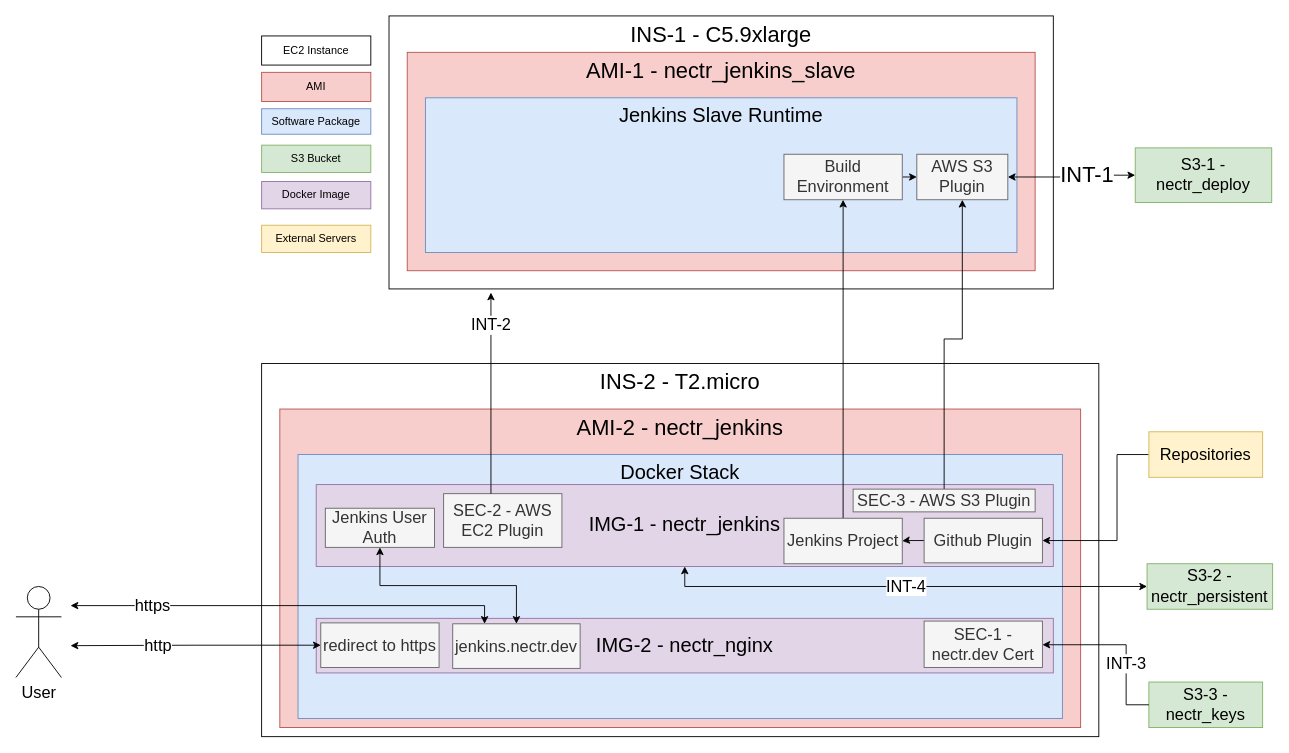
This is docs/nectr-block-diagram.drawio from seanybaggins/nectr, a draw.io file, before an edit. Source tidied: cells renumbered, new cells numbered last; positions are measured from the earlier drawing's top-left corner, leaving out a move shared by most shapes. Both pictures are drawn from the tidied source at 91%, with x=0, y=0 at pixel (15, 15).
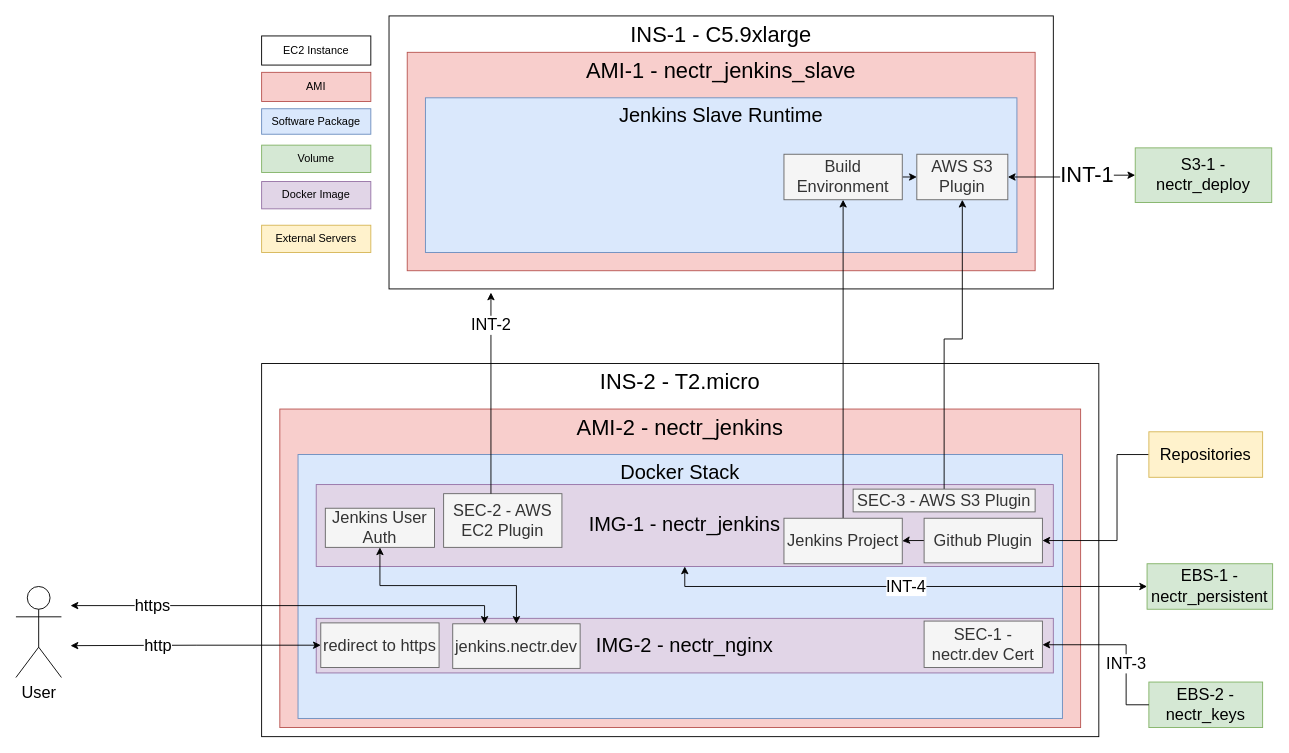
Above is the later version.

Change to the diagram source:
```diff
@@
-    <mxCell id="7" value="S3 Bucket" style="rounded=0;whiteSpace=wrap;html=1;fillColor=#d5e8d4;strokeColor=#82b366;" parent="1" vertex="1">
+    <mxCell id="7" value="Volume" style="rounded=0;whiteSpace=wrap;html=1;fillColor=#d5e8d4;strokeColor=#82b366;" parent="1" vertex="1">
       <mxGeometry x="270" y="142" width="120" height="30" as="geometry" />
     </mxCell>
@@
-    <mxCell id="28" value="S3-3 - nectr_keys" style="rounded=0;whiteSpace=wrap;html=1;fontSize=18;align=center;labelPosition=center;verticalLabelPosition=middle;verticalAlign=middle;textDirection=ltr;fillColor=#d5e8d4;strokeColor=#82b366;" parent="1" vertex="1">
+    <mxCell id="28" value="EBS-2 - nectr_keys" style="rounded=0;whiteSpace=wrap;html=1;fontSize=18;align=center;labelPosition=center;verticalLabelPosition=middle;verticalAlign=middle;textDirection=ltr;fillColor=#d5e8d4;strokeColor=#82b366;" parent="1" vertex="1">
       <mxGeometry x="1245" y="732" width="125" height="50" as="geometry" />
     </mxCell>
@@
-    <mxCell id="41" value="S3-2 - nectr_persistent" style="rounded=0;whiteSpace=wrap;html=1;fontSize=18;align=center;labelPosition=center;verticalLabelPosition=middle;verticalAlign=middle;textDirection=ltr;fillColor=#d5e8d4;strokeColor=#82b366;" parent="1" vertex="1">
+    <mxCell id="41" value="EBS-1 - nectr_persistent" style="rounded=0;whiteSpace=wrap;html=1;fontSize=18;align=center;labelPosition=center;verticalLabelPosition=middle;verticalAlign=middle;textDirection=ltr;fillColor=#d5e8d4;strokeColor=#82b366;" parent="1" vertex="1">
       <mxGeometry x="1243" y="602" width="138" height="50" as="geometry" />
     </mxCell>
```
